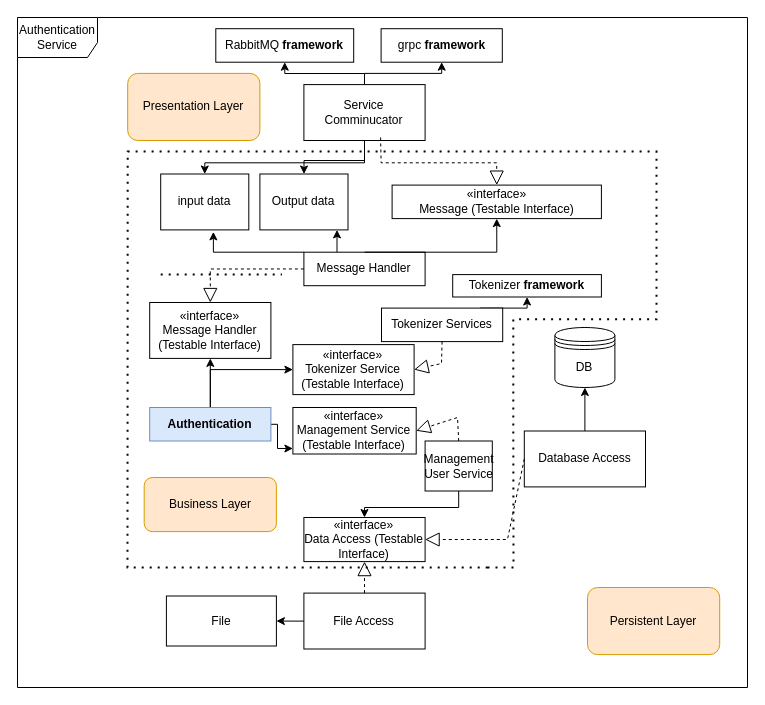
Above: Project/diagram/Authentication-microservice/Authentication-Module View-Diragram.drawio in nima7997/application-architecture (draw.io), before the change. Source tidied: cells renumbered, new cells numbered last; positions are measured from the earlier drawing's top-left corner, leaving out a move shared by most shapes. Both pictures are drawn from the tidied source at 100%, with x=0, y=0 at pixel (17, 17).
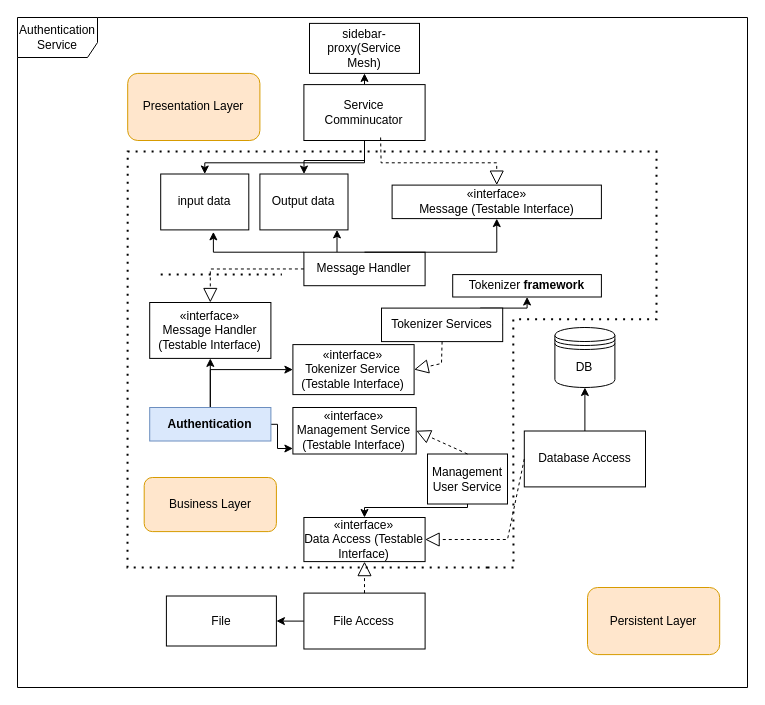
The same page after the edit.

Commit message (it also covers changes not shown here):
Finish Authentication micro-service

Unchanged cells that the change refers to:
```xml
<mxCell id="2" style="group;" parent="1" vertex="1">
  <mxGeometry width="730" height="670" as="geometry" />
</mxCell>
<mxCell id="32" value="Service Comminucator" style="html=1;whiteSpace=wrap;" parent="2" vertex="1">
  <mxGeometry x="286.4" y="67.1" width="121.2" height="55.9" as="geometry" />
</mxCell>
<mxCell id="39" value="«interface»&lt;br&gt;Management Service (Testable Interface)" style="html=1;whiteSpace=wrap;" parent="2" vertex="1">
  <mxGeometry x="275.4" y="390" width="123.3" height="46.5" as="geometry" />
</mxCell>
```

Diff of the diagram source:
```diff
@@
-    <mxCell id="4" value="RabbitMQ &lt;b&gt;framework&lt;/b&gt;" style="html=1;whiteSpace=wrap;" parent="2" vertex="1">
-      <mxGeometry x="198.3" y="11.2" width="137.9" height="33.5" as="geometry" />
-    </mxCell>
-    <mxCell id="5" value="grpc &lt;b&gt;framework&lt;/b&gt;" style="html=1;whiteSpace=wrap;" parent="2" vertex="1">
-      <mxGeometry x="363.6" y="11.2" width="121.2" height="33.5" as="geometry" />
-    </mxCell>
@@
-    <mxCell id="28" style="edgeStyle=orthogonalEdgeStyle;rounded=0;jettySize=auto;html=1;entryX=0.5;entryY=1;entryDx=0;entryDy=0;" parent="2" edge="1" source="32" target="5">
-      <mxGeometry relative="1" as="geometry">
-        <Array as="points">
-          <mxPoint x="347" y="55.9" />
-          <mxPoint x="424.2" y="55.9" />
-        </Array>
-      </mxGeometry>
-    </mxCell>
-    <mxCell id="29" style="edgeStyle=orthogonalEdgeStyle;rounded=0;jettySize=auto;html=1;entryX=0.5;entryY=1;entryDx=0;entryDy=0;" parent="2" edge="1" source="32" target="4">
-      <mxGeometry relative="1" as="geometry">
-        <Array as="points">
-          <mxPoint x="347" y="56" />
-          <mxPoint x="267" y="56" />
-        </Array>
-      </mxGeometry>
-    </mxCell>
@@
+    <mxCell id="48" style="edgeStyle=orthogonalEdgeStyle;rounded=0;jettySize=auto;html=1;exitX=0.5;exitY=0;exitDx=0;exitDy=0;entryX=0.5;entryY=1;entryDx=0;entryDy=0;" parent="2" edge="1" source="32" target="49">
+      <mxGeometry relative="1" as="geometry" />
+    </mxCell>
@@
     <mxCell id="41" value="Management User Service" style="html=1;whiteSpace=wrap;" parent="2" vertex="1">
-      <mxGeometry x="407.6" y="423.5" width="67.2" height="50" as="geometry" />
+      <mxGeometry x="410" y="436.5" width="80" height="50" as="geometry" />
     </mxCell>
     <mxCell id="42" style="endArrow=block;dashed=1;endFill=0;endSize=12;html=1;rounded=0;entryX=1;entryY=0.5;entryDx=0;entryDy=0;exitX=0.5;exitY=0;exitDx=0;exitDy=0;" parent="2" edge="1" source="41" target="39">
-      <mxGeometry relative="1" as="geometry">
-        <Array as="points">
-          <mxPoint x="440" y="400" />
-        </Array>
-      </mxGeometry>
+      <mxGeometry relative="1" as="geometry" />
     </mxCell>
@@
+    <mxCell id="49" value="sidebar-proxy(Service Mesh)" style="html=1;whiteSpace=wrap;" parent="2" vertex="1">
+      <mxGeometry x="292" y="5.9" width="110" height="50" as="geometry" />
+    </mxCell>
```
